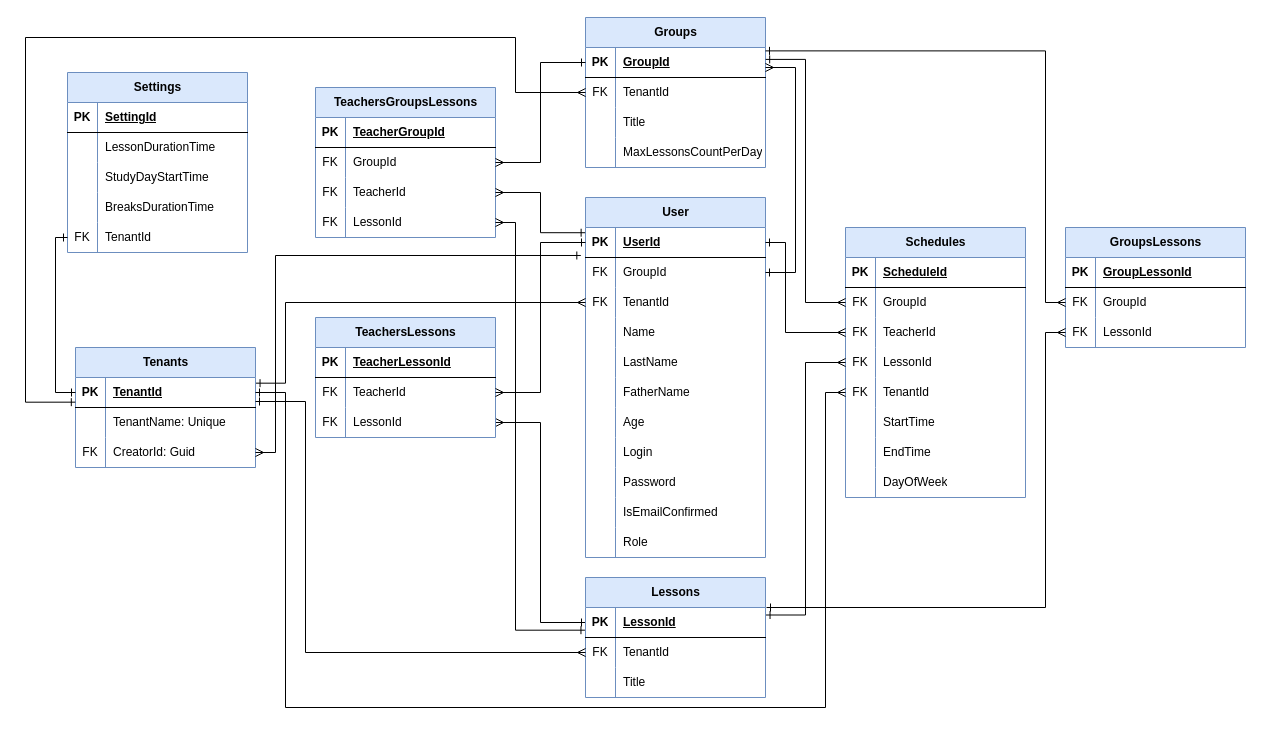
KuleshovNikita/ESchedule keeps this draw.io diagram as ESchedule/Diagrams/ER.drawio. Above is the earlier version. Source tidied: cells renumbered, new cells numbered last; positions are measured from the earlier drawing's top-left corner, leaving out a move shared by most shapes. Both pictures are drawn from the tidied source at 100%, with x=0, y=0 at pixel (25, 17).
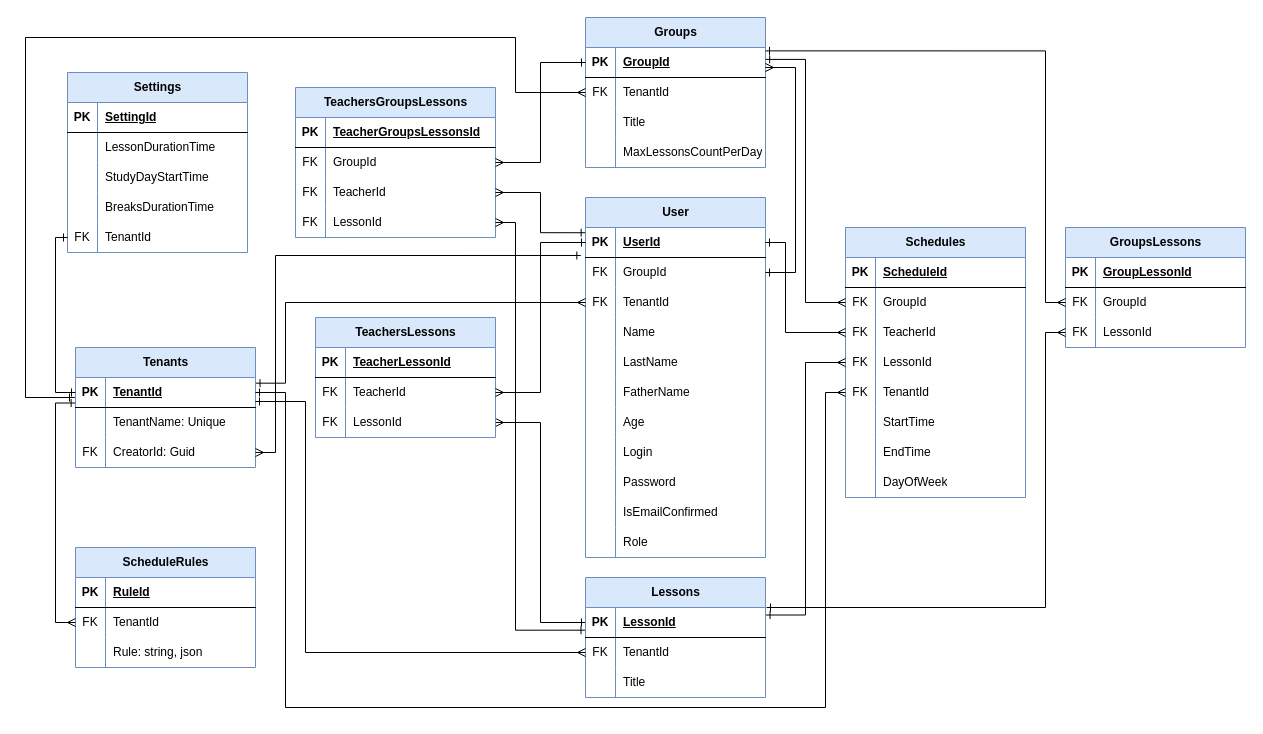
The same diagram, later.

Unchanged cells that the change refers to:
```xml
<mxCell id="40" style="shape=tableRow;horizontal=0;startSize=0;swimlaneHead=0;swimlaneBody=0;fillColor=none;points=[[0,0.5],[1,0.5]];portConstraint=eastwest;top=0;left=0;right=0;bottom=0;" parent="36" vertex="1">
  <mxGeometry y="60" width="180" height="30" as="geometry" />
</mxCell>
<mxCell id="145" style="shape=tableRow;horizontal=0;startSize=0;swimlaneHead=0;swimlaneBody=0;fillColor=none;points=[[0,0.5],[1,0.5]];portConstraint=eastwest;top=0;left=0;right=0;bottom=1;" parent="144" vertex="1">
  <mxGeometry y="30" width="180" height="30" as="geometry" />
</mxCell>
```

Change to the diagram source:
```diff
@@
     <mxCell id="96" value="TeachersGroupsLessons" style="shape=table;startSize=30;childLayout=tableLayout;rowLines=0;fontStyle=1;align=center;html=1;fillColor=#dae8fc;strokeColor=#6c8ebf;" parent="1" vertex="1">
-      <mxGeometry x="290" y="70" width="180" height="150" as="geometry" />
+      <mxGeometry x="270" y="70" width="200" height="150" as="geometry" />
     </mxCell>
     <mxCell id="97" style="shape=tableRow;horizontal=0;startSize=0;swimlaneHead=0;swimlaneBody=0;fillColor=none;top=0;left=0;right=0;bottom=1;" parent="96" vertex="1">
-      <mxGeometry y="30" width="180" height="30" as="geometry" />
+      <mxGeometry y="30" width="200" height="30" as="geometry" />
     </mxCell>
@@
-    <mxCell id="99" value="TeacherGroupId" style="shape=partialRectangle;fillColor=none;top=0;left=0;bottom=0;right=0;align=left;spacingLeft=6;fontStyle=5;overflow=hidden;whiteSpace=wrap;html=1;" parent="97" vertex="1">
-      <mxGeometry x="30" width="150" height="30" as="geometry" />
+    <mxCell id="99" value="TeacherGroupsLessonsId" style="shape=partialRectangle;fillColor=none;top=0;left=0;bottom=0;right=0;align=left;spacingLeft=6;fontStyle=5;overflow=hidden;whiteSpace=wrap;html=1;" parent="97" vertex="1">
+      <mxGeometry x="30" width="170" height="30" as="geometry" />
     </mxCell>
     <mxCell id="100" style="shape=tableRow;horizontal=0;startSize=0;swimlaneHead=0;swimlaneBody=0;fillColor=none;points=[[0,0.5],[1,0.5]];portConstraint=eastwest;top=0;left=0;right=0;bottom=0;" parent="96" vertex="1">
-      <mxGeometry y="60" width="180" height="30" as="geometry" />
+      <mxGeometry y="60" width="200" height="30" as="geometry" />
     </mxCell>
@@
     <mxCell id="102" value="GroupId" style="shape=partialRectangle;fillColor=none;top=0;left=0;bottom=0;right=0;align=left;spacingLeft=6;overflow=hidden;whiteSpace=wrap;html=1;" parent="100" vertex="1">
-      <mxGeometry x="30" width="150" height="30" as="geometry" />
+      <mxGeometry x="30" width="170" height="30" as="geometry" />
     </mxCell>
     <mxCell id="103" style="shape=tableRow;horizontal=0;startSize=0;swimlaneHead=0;swimlaneBody=0;fillColor=none;points=[[0,0.5],[1,0.5]];portConstraint=eastwest;top=0;left=0;right=0;bottom=0;" parent="96" vertex="1">
-      <mxGeometry y="90" width="180" height="30" as="geometry" />
+      <mxGeometry y="90" width="200" height="30" as="geometry" />
     </mxCell>
@@
     <mxCell id="105" value="TeacherId" style="shape=partialRectangle;fillColor=none;top=0;left=0;bottom=0;right=0;align=left;spacingLeft=6;overflow=hidden;whiteSpace=wrap;html=1;" parent="103" vertex="1">
-      <mxGeometry x="30" width="150" height="30" as="geometry" />
+      <mxGeometry x="30" width="170" height="30" as="geometry" />
     </mxCell>
     <mxCell id="106" style="shape=tableRow;horizontal=0;startSize=0;swimlaneHead=0;swimlaneBody=0;fillColor=none;points=[[0,0.5],[1,0.5]];portConstraint=eastwest;top=0;left=0;right=0;bottom=0;" parent="96" vertex="1">
-      <mxGeometry y="120" width="180" height="30" as="geometry" />
+      <mxGeometry y="120" width="200" height="30" as="geometry" />
     </mxCell>
@@
     <mxCell id="108" value="LessonId" style="shape=partialRectangle;fillColor=none;top=0;left=0;bottom=0;right=0;align=left;spacingLeft=6;overflow=hidden;whiteSpace=wrap;html=1;" parent="106" vertex="1">
-      <mxGeometry x="30" width="150" height="30" as="geometry" />
+      <mxGeometry x="30" width="170" height="30" as="geometry" />
     </mxCell>
@@
-    <mxCell id="157" style="edgeStyle=orthogonalEdgeStyle;rounded=0;jettySize=auto;html=1;entryX=-0.001;entryY=0.822;entryDx=0;entryDy=0;entryPerimeter=0;exitX=0;exitY=0.5;exitDx=0;exitDy=0;endArrow=ERone;endFill=0;startArrow=ERmany;startFill=0;" parent="1" edge="1" source="40" target="145">
+    <mxCell id="157" style="edgeStyle=orthogonalEdgeStyle;rounded=0;jettySize=auto;html=1;exitX=0;exitY=0.5;exitDx=0;exitDy=0;endArrow=ERone;endFill=0;startArrow=ERmany;startFill=0;" parent="1" edge="1" source="40">
       <mxGeometry relative="1" as="geometry">
+        <mxPoint x="40" y="380" as="targetPoint" />
         <Array as="points">
           <mxPoint x="490" y="75" />
           <mxPoint x="490" y="20" />
           <mxPoint y="20" />
-          <mxPoint y="385" />
+          <mxPoint y="380" />
+          <mxPoint x="49" y="380" />
         </Array>
       </mxGeometry>
     </mxCell>
@@
+    <mxCell id="160" value="ScheduleRules" style="shape=table;startSize=30;childLayout=tableLayout;rowLines=0;fontStyle=1;align=center;html=1;fillColor=#dae8fc;strokeColor=#6c8ebf;" parent="1" vertex="1">
+      <mxGeometry x="50" y="530" width="180" height="120" as="geometry" />
+    </mxCell>
+    <mxCell id="161" style="shape=tableRow;horizontal=0;startSize=0;swimlaneHead=0;swimlaneBody=0;fillColor=none;top=0;left=0;right=0;bottom=1;" parent="160" vertex="1">
+      <mxGeometry y="30" width="180" height="30" as="geometry" />
+    </mxCell>
+    <mxCell id="162" value="PK" style="shape=partialRectangle;fillColor=none;top=0;left=0;bottom=0;right=0;fontStyle=1;overflow=hidden;whiteSpace=wrap;html=1;" parent="161" vertex="1">
+      <mxGeometry width="30" height="30" as="geometry" />
+    </mxCell>
+    <mxCell id="163" value="RuleId" style="shape=partialRectangle;fillColor=none;top=0;left=0;bottom=0;right=0;align=left;spacingLeft=6;fontStyle=5;overflow=hidden;whiteSpace=wrap;html=1;" parent="161" vertex="1">
+      <mxGeometry x="30" width="150" height="30" as="geometry" />
+    </mxCell>
+    <mxCell id="164" style="shape=tableRow;horizontal=0;startSize=0;swimlaneHead=0;swimlaneBody=0;fillColor=none;points=[[0,0.5],[1,0.5]];portConstraint=eastwest;top=0;left=0;right=0;bottom=0;" parent="160" vertex="1">
+      <mxGeometry y="60" width="180" height="30" as="geometry" />
+    </mxCell>
+    <mxCell id="165" value="FK" style="shape=partialRectangle;fillColor=none;top=0;left=0;bottom=0;right=0;overflow=hidden;whiteSpace=wrap;html=1;" parent="164" vertex="1">
+      <mxGeometry width="30" height="30" as="geometry" />
+    </mxCell>
+    <mxCell id="166" value="TenantId" style="shape=partialRectangle;fillColor=none;top=0;left=0;bottom=0;right=0;align=left;spacingLeft=6;overflow=hidden;whiteSpace=wrap;html=1;" parent="164" vertex="1">
+      <mxGeometry x="30" width="150" height="30" as="geometry" />
+    </mxCell>
+    <mxCell id="167" style="shape=tableRow;horizontal=0;startSize=0;swimlaneHead=0;swimlaneBody=0;fillColor=none;top=0;left=0;right=0;bottom=0;" parent="160" vertex="1">
+      <mxGeometry y="90" width="180" height="30" as="geometry" />
+    </mxCell>
+    <mxCell id="168" style="shape=partialRectangle;fillColor=none;top=0;left=0;bottom=0;right=0;overflow=hidden;whiteSpace=wrap;html=1;" parent="167" vertex="1">
+      <mxGeometry width="30" height="30" as="geometry" />
+    </mxCell>
+    <mxCell id="169" value="Rule: string, json" style="shape=partialRectangle;fillColor=none;top=0;left=0;bottom=0;right=0;align=left;spacingLeft=6;overflow=hidden;whiteSpace=wrap;html=1;" parent="167" vertex="1">
+      <mxGeometry x="30" width="150" height="30" as="geometry" />
+    </mxCell>
+    <mxCell id="170" style="edgeStyle=orthogonalEdgeStyle;rounded=0;jettySize=auto;html=1;entryX=-0.002;entryY=0.85;entryDx=0;entryDy=0;entryPerimeter=0;endArrow=ERone;endFill=0;startArrow=ERmany;startFill=0;" parent="1" edge="1" source="164" target="145">
+      <mxGeometry relative="1" as="geometry" />
+    </mxCell>
```
